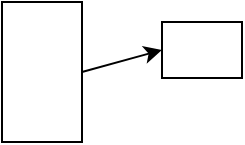
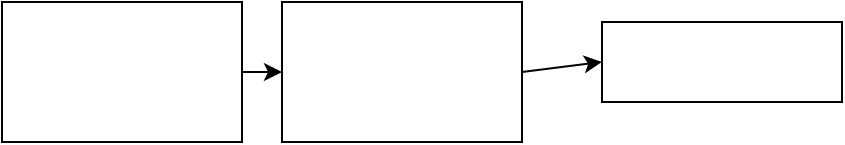
<mxfile>
  <diagram>
    <mxGraphModel>
      <root>
        <mxCell id="0"/>
        <mxCell id="1" parent="0"/>
+         <object gap="4" name="src0" placeholders="1" id="9">
+           <mxCell style="drawclockType=source;points=[[1.0000,0.5000,0,0,0]];" vertex="1" parent="1">
+             <mxGeometry x="0" y="40" width="120" height="70" as="geometry"/>
+           </mxCell>
+         </object>
        <object gap="4" name="pll0" placeholders="1" id="10">
-           <mxCell style="drawclockType=pll;points=[[1.0000,0.5000,0,0,0]];" vertex="1" parent="1">
-             <mxGeometry x="40" y="40" width="40" height="70" as="geometry"/>
+           <mxCell style="drawclockType=pll;points=[[0.3500,0.3333,0,0,0],[0.6500,0.3333,0,0,0]];" vertex="1" parent="1">
+             <mxGeometry x="140" y="40" width="120" height="70" as="geometry"/>
          </mxCell>
        </object>
        <object gap="4" name="bus" placeholders="1" id="11">
          <mxCell style="drawclockType=wire;points=[[0.0000,0.5000,0,0,0],[1.0000,0.5000,0,0,0]];" vertex="1" parent="1">
-             <mxGeometry x="120" y="50" width="40" height="28" as="geometry"/>
+             <mxGeometry x="300" y="50" width="120" height="40" as="geometry"/>
          </mxCell>
        </object>
+         <mxCell id="19" style="exitX=1;exitY=0.5;entryX=0;entryY=0.5;" edge="1" parent="1" source="9" target="10">
+           <mxGeometry relative="1" as="geometry"/>
+         </mxCell>
        <mxCell id="20" style="exitX=1;exitY=0.5;entryX=0;entryY=0.5;" edge="1" parent="1" source="10" target="11">
          <mxGeometry relative="1" as="geometry"/>
        </mxCell>
      </root>
    </mxGraphModel>
  </diagram>
</mxfile>
